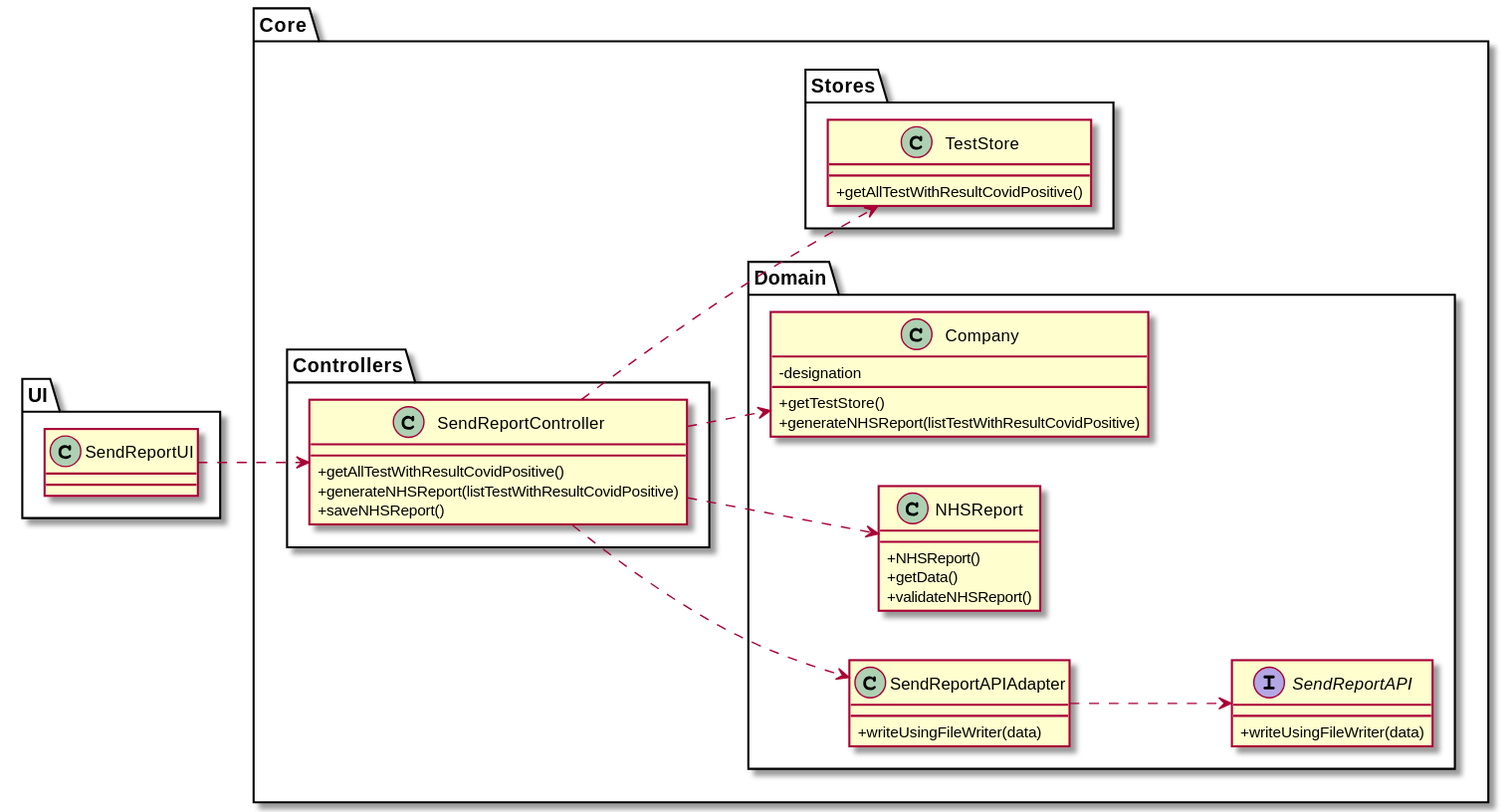
Before: docs/SprintD/US18/US18-CD.svg, a diagram exported from PlantUML (0franciscor/lei-21-s2-1de-g19).
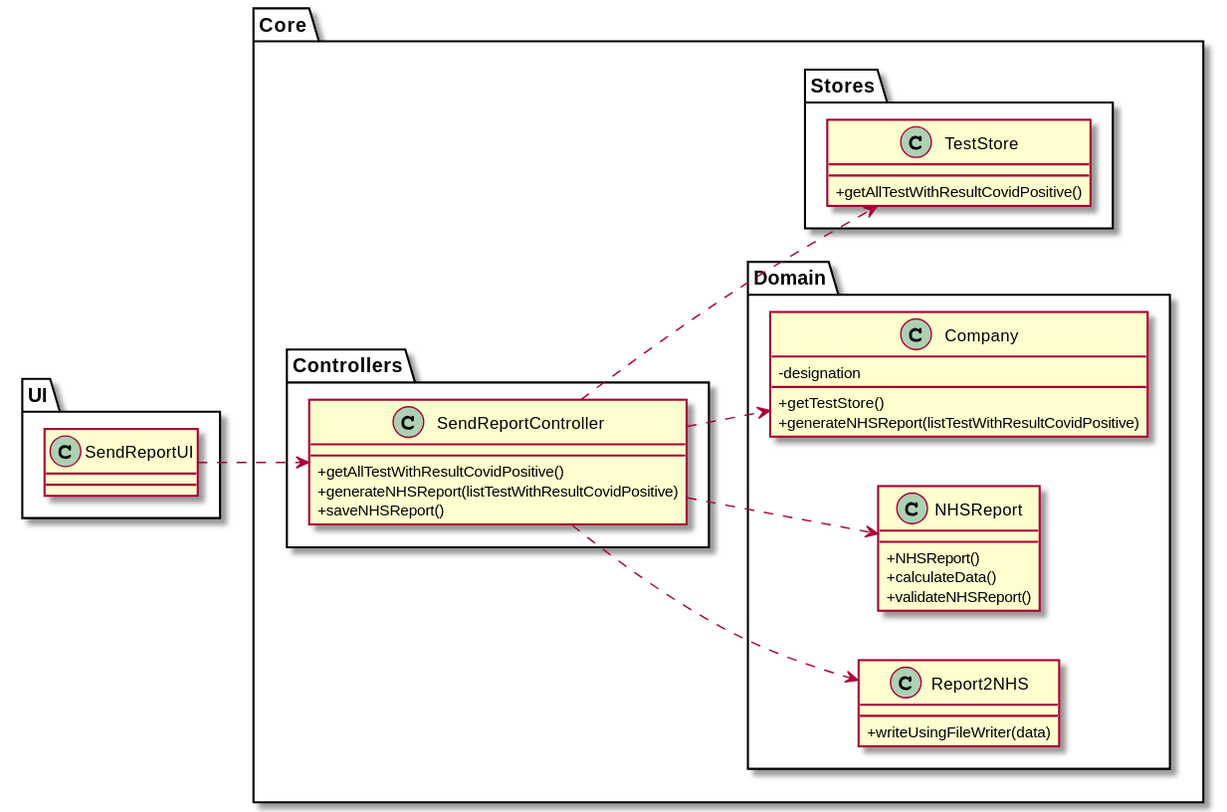
The same diagram one commit later.

The edit, as a diff of the source:
```diff
@@ -22,17 +22,14 @@
 
 class "NHSReport" as NHSR {
 +NHSReport()
-+getData()
++calculateData()
 +validateNHSReport()
 }
 
-class "SendReportAPIAdapter" as SRAPIA {
+class "Report2NHS" as R2NHS {
 +writeUsingFileWriter(data)
 }
 
-interface "SendReportAPI" as SRAPI {
-+writeUsingFileWriter(data)
-}
 }
 
 package Stores{
@@ -51,7 +48,6 @@
 SRC ..> C
 SRC ..> TS
 SRC ..> NHSR
-SRC ..> SRAPIA
-SRAPIA ..> SRAPI
+SRC ..> R2NHS
 
 @enduml
```
